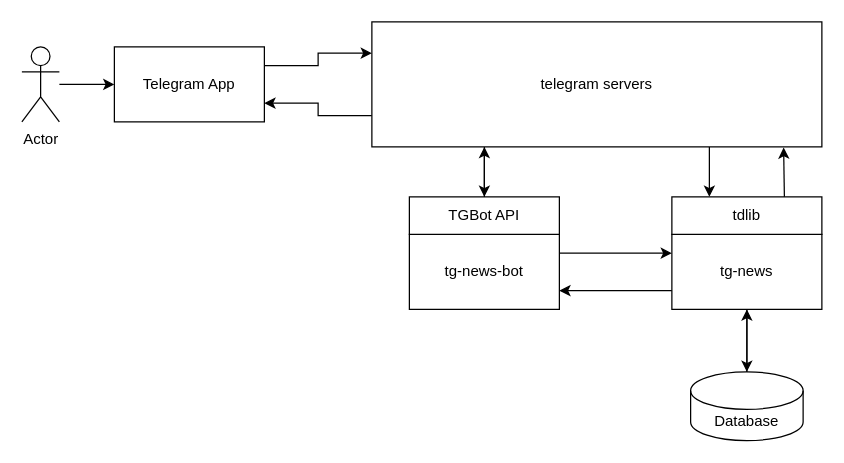
sewaiper/ciconia keeps this draw.io diagram as page "Prototype" (1 of 4) of docs/concept.drawio. Above is the earlier version. Source tidied: cells renumbered, new cells numbered last; positions are measured from the earlier drawing's top-left corner, leaving out a move shared by most shapes. Both pictures are drawn from the tidied source at 125%, with x=0, y=0 at pixel (21, 21).
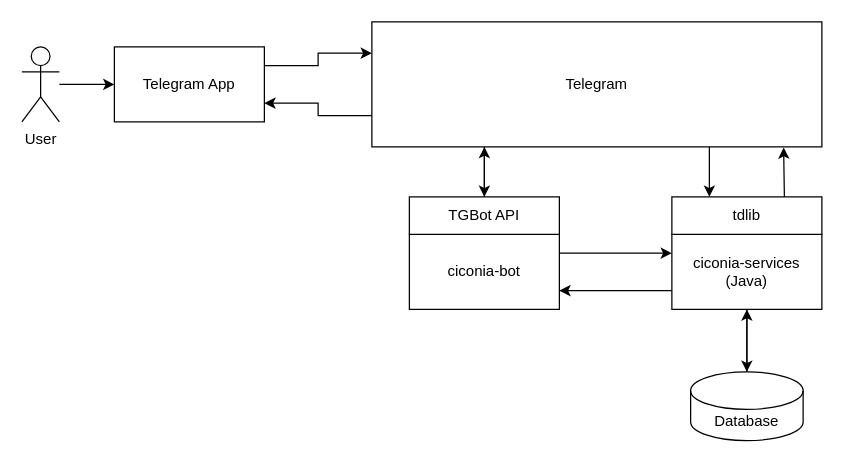
After the change.

Unchanged cells that the change refers to:
```xml
<mxCell id="6" style="group;" parent="1" vertex="1">
  <mxGeometry x="520" y="140" width="120" height="90" as="geometry" />
</mxCell>
<mxCell id="10" style="group;" parent="1" vertex="1">
  <mxGeometry x="310" y="140" width="120" height="90" as="geometry" />
</mxCell>
```

What changed in the source:
```diff
@@
-    <mxCell id="5" value="telegram servers" style="rounded=0;whiteSpace=wrap;html=1;" parent="1" vertex="1">
+    <mxCell id="5" value="Telegram" style="rounded=0;whiteSpace=wrap;html=1;" parent="1" vertex="1">
       <mxGeometry x="280" width="360" height="100" as="geometry" />
     </mxCell>
@@
-    <mxCell id="7" value="tg-news" style="rounded=0;whiteSpace=wrap;html=1;" parent="6" vertex="1">
+    <mxCell id="7" value="ciconia-services (Java)" style="rounded=0;whiteSpace=wrap;html=1;" parent="6" vertex="1">
       <mxGeometry y="30" width="120" height="60" as="geometry" />
     </mxCell>
@@
-    <mxCell id="11" value="tg-news-bot" style="rounded=0;whiteSpace=wrap;html=1;" parent="10" vertex="1">
+    <mxCell id="11" value="ciconia-bot" style="rounded=0;whiteSpace=wrap;html=1;" parent="10" vertex="1">
       <mxGeometry y="30" width="120" height="60" as="geometry" />
     </mxCell>
@@
-    <mxCell id="17" value="Actor" style="shape=umlActor;verticalLabelPosition=bottom;verticalAlign=top;html=1;outlineConnect=0;" parent="1" vertex="1">
+    <mxCell id="17" value="User" style="shape=umlActor;verticalLabelPosition=bottom;verticalAlign=top;html=1;outlineConnect=0;" parent="1" vertex="1">
       <mxGeometry y="20" width="30" height="60" as="geometry" />
     </mxCell>
```
